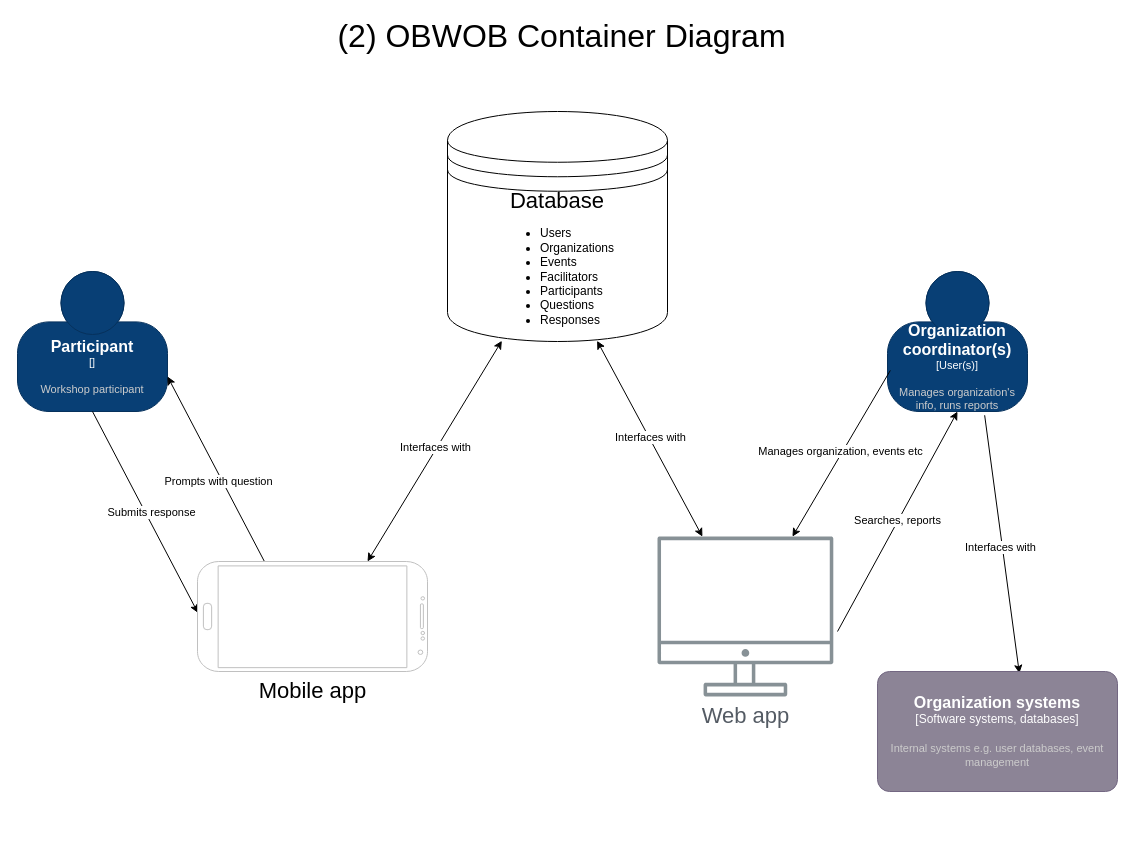
This is documentation/c4-diagrams/2_obwob_container_diagram.drawio from laurapg1214/impact-web-interface, a draw.io file, before an edit. Source tidied: cells renumbered, new cells numbered last; positions are measured from the earlier drawing's top-left corner, leaving out a move shared by most shapes. Both pictures are drawn from the tidied source at 100%, with x=0, y=0 at pixel (17, 21).
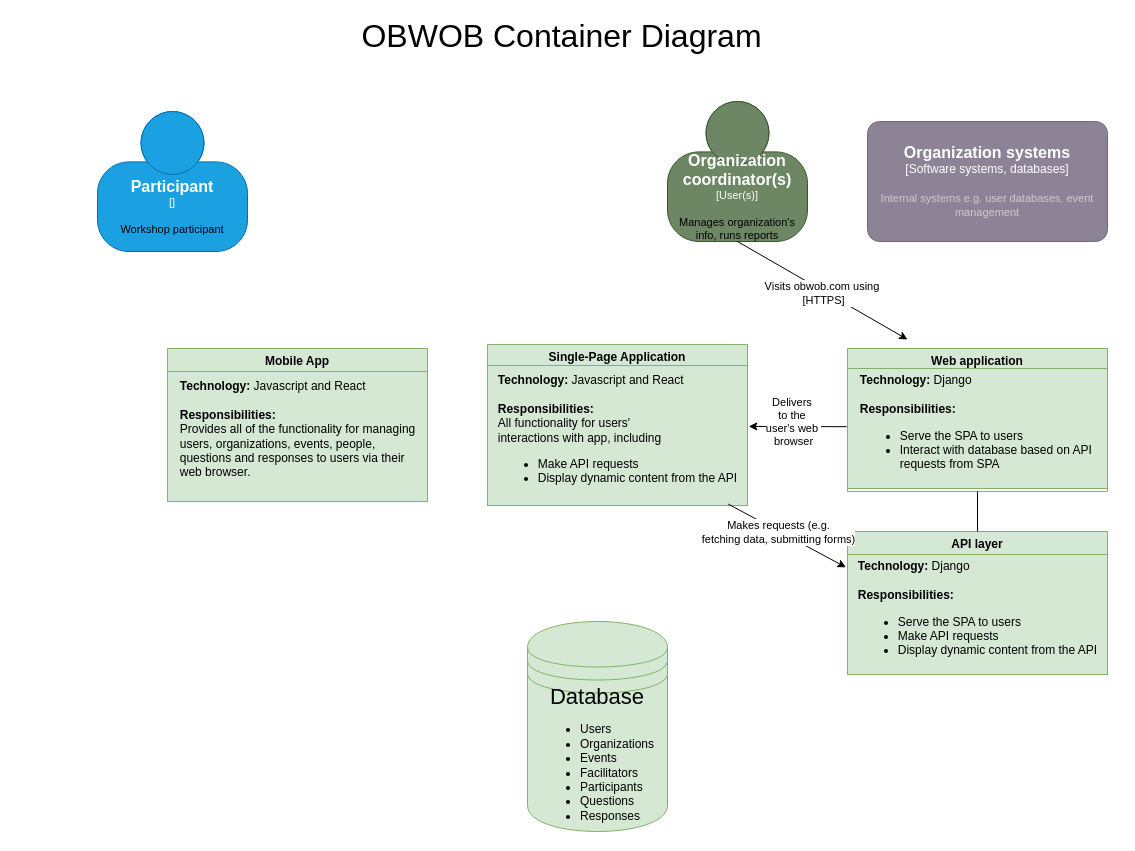
The same diagram, later.

What changed in the source:
```diff
@@
-    <object id="2" label="&lt;font style=&quot;font-size: 16px&quot;&gt;&lt;b&gt;%c4Name%&lt;/b&gt;&lt;/font&gt;&lt;div&gt;[%c4Type%]&lt;/div&gt;&lt;br&gt;&lt;div&gt;&lt;font style=&quot;font-size: 11px&quot;&gt;&lt;font color=&quot;#cccccc&quot;&gt;%c4Description%&lt;/font&gt;&lt;/div&gt;" c4Description="Workshop participant" c4Name="Participant" c4Type="" placeholders="1">
-      <mxCell style="html=1;fontSize=11;dashed=0;whiteSpace=wrap;fillColor=#083F75;strokeColor=#06315C;fontColor=#ffffff;shape=mxgraph.c4.person2;align=center;points=[[0.5,0,0],[1,0.5,0],[1,0.75,0],[0.75,1,0],[0.5,1,0],[0.25,1,0],[0,0.75,0],[0,0.5,0]];" parent="1" vertex="1">
-        <mxGeometry y="250" width="150" height="140" as="geometry" />
+    <object id="2" label="&lt;font style=&quot;font-size: 16px&quot;&gt;&lt;b&gt;%c4Name%&lt;/b&gt;&lt;/font&gt;&lt;div&gt;[%c4Type%]&lt;/div&gt;&lt;br&gt;&lt;div&gt;&lt;font style=&quot;font-size: 11px&quot;&gt;&lt;font color=&quot;#000000&quot;&gt;%c4Description%&lt;/font&gt;&lt;/div&gt;" c4Description="Workshop participant" c4Name="Participant" c4Type="" placeholders="1">
+      <mxCell style="html=1;fontSize=11;dashed=0;whiteSpace=wrap;shape=mxgraph.c4.person2;align=center;points=[[0.5,0,0],[1,0.5,0],[1,0.75,0],[0.75,1,0],[0.5,1,0],[0.25,1,0],[0,0.75,0],[0,0.5,0]];fillColor=#1ba1e2;strokeColor=#006EAF;fontColor=#ffffff;" parent="1" vertex="1">
+        <mxGeometry x="80" y="90" width="150" height="140" as="geometry" />
       </mxCell>
     </object>
-    <object id="3" label="&lt;font style=&quot;font-size: 16px&quot;&gt;&lt;b&gt;%c4Name%&lt;/b&gt;&lt;/font&gt;&lt;div&gt;[%c4Type%]&lt;/div&gt;&lt;br&gt;&lt;div&gt;&lt;font style=&quot;font-size: 11px&quot;&gt;&lt;font color=&quot;#cccccc&quot;&gt;%c4Description%&lt;/font&gt;&lt;/div&gt;" c4Description="Manages organization's info, runs reports" c4Name="Organization coordinator(s)" c4Type="User(s)" placeholders="1">
-      <mxCell style="html=1;fontSize=11;dashed=0;whiteSpace=wrap;fillColor=#083F75;strokeColor=#06315C;fontColor=#ffffff;shape=mxgraph.c4.person2;align=center;points=[[0.5,0,0],[1,0.5,0],[1,0.75,0],[0.75,1,0],[0.5,1,0],[0.25,1,0],[0,0.75,0],[0,0.5,0]];" parent="1" vertex="1">
-        <mxGeometry x="870" y="250" width="140" height="140" as="geometry" />
+    <object id="3" label="&lt;font style=&quot;font-size: 16px&quot;&gt;&lt;b&gt;%c4Name%&lt;/b&gt;&lt;/font&gt;&lt;div&gt;[%c4Type%]&lt;/div&gt;&lt;br&gt;&lt;div&gt;&lt;font style=&quot;font-size: 11px&quot;&gt;&lt;font color=&quot;#000000&quot;&gt;%c4Description%&lt;/font&gt;&lt;/div&gt;" c4Description="Manages organization's info, runs reports" c4Name="Organization coordinator(s)" c4Type="User(s)" placeholders="1">
+      <mxCell style="html=1;fontSize=11;dashed=0;whiteSpace=wrap;fillColor=#6d8764;strokeColor=#3A5431;shape=mxgraph.c4.person2;align=center;points=[[0.5,0,0],[1,0.5,0],[1,0.75,0],[0.75,1,0],[0.5,1,0],[0.25,1,0],[0,0.75,0],[0,0.5,0]];fontColor=#ffffff;" parent="1" vertex="1">
+        <mxGeometry x="650" y="80" width="140" height="140" as="geometry" />
       </mxCell>
     </object>
+    <mxCell id="11" value="&lt;font style=&quot;font-size: 32px;&quot;&gt;OBWOB Container Diagram&lt;/font&gt;" style="text;html=1;align=center;verticalAlign=middle;whiteSpace=wrap;rounded=0;" parent="1" vertex="1">
+      <mxGeometry x="262" width="565" height="30" as="geometry" />
+    </mxCell>
-    <mxCell id="4" value="&lt;font style=&quot;font-size: 22px;&quot;&gt;Database&lt;/font&gt;&lt;div style=&quot;text-align: left;&quot;&gt;&lt;ul&gt;&lt;li&gt;Users&lt;/li&gt;&lt;li&gt;Organizations&lt;/li&gt;&lt;li&gt;&lt;font style=&quot;font-size: 12px;&quot;&gt;Events&lt;/font&gt;&lt;/li&gt;&lt;li&gt;Facilitators&lt;/li&gt;&lt;li&gt;Participants&lt;/li&gt;&lt;li&gt;Questions&lt;/li&gt;&lt;li&gt;Responses&lt;/li&gt;&lt;/ul&gt;&lt;/div&gt;" style="shape=datastore;whiteSpace=wrap;html=1;" parent="1" vertex="1">
-      <mxGeometry x="430" y="90" width="220" height="230" as="geometry" />
+    <mxCell id="4" value="&lt;font style=&quot;font-size: 22px;&quot;&gt;Database&lt;/font&gt;&lt;div style=&quot;text-align: left;&quot;&gt;&lt;ul&gt;&lt;li&gt;Users&lt;/li&gt;&lt;li&gt;Organizations&lt;/li&gt;&lt;li&gt;&lt;font style=&quot;font-size: 12px;&quot;&gt;Events&lt;/font&gt;&lt;/li&gt;&lt;li&gt;Facilitators&lt;/li&gt;&lt;li&gt;Participants&lt;/li&gt;&lt;li&gt;Questions&lt;/li&gt;&lt;li&gt;Responses&lt;/li&gt;&lt;/ul&gt;&lt;/div&gt;" style="shape=datastore;whiteSpace=wrap;html=1;fillColor=#d5e8d4;strokeColor=#82b366;" parent="1" vertex="1">
+      <mxGeometry x="510" y="600" width="140" height="210" as="geometry" />
     </mxCell>
-    <mxCell id="5" style="endArrow=classic;html=1;rounded=0;entryX=1;entryY=0.75;entryDx=0;entryDy=0;entryPerimeter=0;exitX=0.024;exitY=0.703;exitDx=0;exitDy=0;exitPerimeter=0;" parent="1" edge="1" source="12" target="2">
-      <mxGeometry relative="1" as="geometry" />
-    </mxCell>
-    <mxCell id="6" value="Prompts with question" style="edgeLabel;html=1;align=center;verticalAlign=middle;" parent="5" vertex="1">
-      <mxGeometry x="-0.09" y="4" relative="1" as="geometry" />
-    </mxCell>
-    <mxCell id="7" style="endArrow=classic;html=1;rounded=0;entryX=0.467;entryY=0.998;entryDx=0;entryDy=0;entryPerimeter=0;exitX=0.5;exitY=1;exitDx=0;exitDy=0;exitPerimeter=0;" parent="1" edge="1" source="2" target="12">
-      <mxGeometry relative="1" as="geometry" />
-    </mxCell>
-    <mxCell id="8" value="Submits response" style="edgeLabel;html=1;align=center;verticalAlign=middle;" parent="7" vertex="1">
-      <mxGeometry x="0.02" y="5" relative="1" as="geometry" />
-    </mxCell>
-    <mxCell id="9" style="endArrow=classic;startArrow=classic;html=1;rounded=0;entryX=0.247;entryY=0.997;entryDx=0;entryDy=0;entryPerimeter=0;" parent="1" edge="1" target="4">
-      <mxGeometry relative="1" as="geometry">
-        <mxPoint x="350" y="540" as="sourcePoint" />
-        <Array as="points">
-          <mxPoint x="350" y="540" />
-        </Array>
-      </mxGeometry>
-    </mxCell>
-    <mxCell id="10" value="Interfaces with" style="edgeLabel;html=1;align=center;verticalAlign=middle;" parent="9" vertex="1">
-      <mxGeometry x="0.03" y="2" relative="1" as="geometry" />
-    </mxCell>
-    <mxCell id="11" value="&lt;font style=&quot;font-size: 32px;&quot;&gt;(2) OBWOB Container Diagram&lt;/font&gt;" style="text;html=1;align=center;verticalAlign=middle;whiteSpace=wrap;rounded=0;" parent="1" vertex="1">
-      <mxGeometry x="262" width="565" height="30" as="geometry" />
-    </mxCell>
-    <mxCell id="12" value="&lt;font style=&quot;font-size: 22px;&quot;&gt;Mobile app&lt;/font&gt;" style="verticalLabelPosition=bottom;verticalAlign=top;html=1;shadow=0;dashed=0;strokeWidth=1;shape=mxgraph.android.phone2;strokeColor=#c0c0c0;direction=south;" parent="1" vertex="1">
-      <mxGeometry x="180" y="540" width="230" height="110" as="geometry" />
-    </mxCell>
-    <mxCell id="13" value="&lt;font style=&quot;font-size: 22px;&quot;&gt;Web app&lt;/font&gt;" style="sketch=0;outlineConnect=0;gradientColor=none;fontColor=#545B64;strokeColor=none;fillColor=#879196;dashed=0;verticalLabelPosition=bottom;verticalAlign=top;align=center;html=1;fontSize=12;fontStyle=0;shape=mxgraph.aws4.illustration_desktop;" parent="1" vertex="1">
-      <mxGeometry x="640" y="515" width="175.8" height="160" as="geometry" />
-    </mxCell>
-    <mxCell id="14" style="endArrow=classic;html=1;rounded=0;exitX=0.02;exitY=0.707;exitDx=0;exitDy=0;exitPerimeter=0;" parent="1" edge="1" source="3" target="13">
-      <mxGeometry relative="1" as="geometry" />
-    </mxCell>
-    <mxCell id="15" value="Manages organization, events etc" style="edgeLabel;html=1;align=center;verticalAlign=middle;" parent="14" vertex="1">
-      <mxGeometry x="-0.01" y="-2" relative="1" as="geometry" />
-    </mxCell>
-    <mxCell id="16" style="endArrow=classic;html=1;rounded=0;entryX=0.5;entryY=1;entryDx=0;entryDy=0;entryPerimeter=0;" parent="1" edge="1" target="3">
-      <mxGeometry relative="1" as="geometry">
-        <mxPoint x="820" y="610" as="sourcePoint" />
-      </mxGeometry>
-    </mxCell>
-    <mxCell id="17" value="Searches, reports" style="edgeLabel;html=1;align=center;verticalAlign=middle;" parent="16" vertex="1">
-      <mxGeometry x="0.01" y="1" relative="1" as="geometry" />
-    </mxCell>
-    <mxCell id="18" style="endArrow=classic;startArrow=classic;html=1;rounded=0;exitX=0.68;exitY=0.997;exitDx=0;exitDy=0;exitPerimeter=0;" parent="1" edge="1" source="4" target="13">
-      <mxGeometry relative="1" as="geometry" />
-    </mxCell>
-    <mxCell id="19" value="Interfaces with" style="edgeLabel;html=1;align=center;verticalAlign=middle;" parent="18" vertex="1">
-      <mxGeometry x="-0.01" y="1" relative="1" as="geometry" />
-    </mxCell>
-    <mxCell id="20" style="endArrow=classic;html=1;rounded=0;exitX=0.694;exitY=1.027;exitDx=0;exitDy=0;exitPerimeter=0;entryX=0.591;entryY=0.015;entryDx=0;entryDy=0;entryPerimeter=0;" parent="1" edge="1" source="3" target="22">
-      <mxGeometry relative="1" as="geometry" />
-    </mxCell>
-    <mxCell id="21" value="Interfaces with" style="edgeLabel;html=1;align=center;verticalAlign=middle;" parent="20" vertex="1">
-      <mxGeometry x="0.02" y="-2" relative="1" as="geometry" />
-    </mxCell>
+    <mxCell id="23" value="Web application" style="swimlane;startSize=23;fillColor=#d5e8d4;strokeColor=#82b366;" parent="1" vertex="1">
+      <mxGeometry x="830" y="327" width="260" height="143" as="geometry" />
+    </mxCell>
+    <mxCell id="24" value="&lt;div style=&quot;text-align: left;&quot;&gt;&lt;b style=&quot;background-color: initial;&quot;&gt;Technology: &lt;/b&gt;&lt;span style=&quot;background-color: initial;&quot;&gt;Django&amp;nbsp;&lt;/span&gt;&lt;br&gt;&lt;/div&gt;&lt;div style=&quot;text-align: left;&quot;&gt;&lt;b style=&quot;background-color: initial;&quot;&gt;&lt;br&gt;&lt;/b&gt;&lt;/div&gt;&lt;div style=&quot;text-align: left;&quot;&gt;&lt;b style=&quot;background-color: initial;&quot;&gt;Responsibilities:&lt;/b&gt;&lt;br&gt;&lt;/div&gt;&lt;div style=&quot;text-align: left;&quot;&gt;&lt;ul&gt;&lt;li&gt;Serve the SPA to users&lt;/li&gt;&lt;li&gt;Interact with database based on API&amp;nbsp;&lt;br&gt;requests from SPA&lt;/li&gt;&lt;/ul&gt;&lt;/div&gt;" style="text;html=1;align=center;verticalAlign=middle;points=[];strokeColor=#82b366;fillColor=#d5e8d4;" parent="23" vertex="1">
+      <mxGeometry y="20" width="260" height="120" as="geometry" />
+    </mxCell>
+    <mxCell id="25" value="Single-Page Application" style="swimlane;startSize=23;fillColor=#d5e8d4;strokeColor=#82b366;" parent="1" vertex="1">
+      <mxGeometry x="470" y="323" width="260" height="151" as="geometry" />
+    </mxCell>
+    <mxCell id="26" value="&lt;div style=&quot;text-align: left;&quot;&gt;&lt;b style=&quot;background-color: initial;&quot;&gt;Technology: &lt;/b&gt;&lt;span style=&quot;background-color: initial;&quot;&gt;Javascript and React&lt;/span&gt;&lt;br&gt;&lt;/div&gt;&lt;div style=&quot;text-align: left;&quot;&gt;&lt;b style=&quot;background-color: initial;&quot;&gt;&lt;br&gt;&lt;/b&gt;&lt;/div&gt;&lt;div style=&quot;text-align: left;&quot;&gt;&lt;b style=&quot;background-color: initial;&quot;&gt;Responsibilities:&lt;/b&gt;&lt;br&gt;&lt;/div&gt;&lt;div style=&quot;text-align: left;&quot;&gt;&lt;span style=&quot;background-color: initial;&quot;&gt;All functionality for users'&amp;nbsp;&lt;/span&gt;&lt;/div&gt;&lt;div style=&quot;text-align: left;&quot;&gt;&lt;span style=&quot;background-color: initial;&quot;&gt;interactions&amp;nbsp;&lt;/span&gt;&lt;span style=&quot;background-color: initial;&quot;&gt;with app, including&lt;/span&gt;&lt;/div&gt;&lt;div style=&quot;text-align: left;&quot;&gt;&lt;ul&gt;&lt;li&gt;Make API requests&lt;/li&gt;&lt;li&gt;Display dynamic content from the API&lt;/li&gt;&lt;/ul&gt;&lt;/div&gt;" style="text;html=1;align=center;verticalAlign=middle;points=[];strokeColor=#82b366;fillColor=#d5e8d4;" parent="25" vertex="1">
+      <mxGeometry y="21" width="260" height="140" as="geometry" />
+    </mxCell>
+    <mxCell id="27" style="endArrow=classic;html=1;rounded=0;exitX=0.5;exitY=1;exitDx=0;exitDy=0;exitPerimeter=0;" parent="1" edge="1" source="3">
+      <mxGeometry relative="1" as="geometry">
+        <mxPoint x="890" y="318" as="targetPoint" />
+      </mxGeometry>
+    </mxCell>
+    <mxCell id="28" value="Visits obwob.com using&amp;nbsp;&lt;div&gt;[HTTPS]&lt;/div&gt;" style="edgeLabel;html=1;align=center;verticalAlign=middle;" parent="27" vertex="1">
+      <mxGeometry x="0.02" y="-2" relative="1" as="geometry" />
+    </mxCell>
+    <mxCell id="29" style="endArrow=classic;html=1;rounded=0;exitX=-0.003;exitY=0.485;exitDx=0;exitDy=0;exitPerimeter=0;entryX=1.005;entryY=0.435;entryDx=0;entryDy=0;entryPerimeter=0;" parent="1" edge="1" source="24" target="26">
+      <mxGeometry relative="1" as="geometry" />
+    </mxCell>
+    <mxCell id="30" value="Delivers&amp;nbsp;&lt;div&gt;to the&amp;nbsp;&lt;/div&gt;&lt;div&gt;user's web&amp;nbsp;&lt;/div&gt;&lt;div&gt;browser&lt;div&gt;&lt;br&gt;&lt;/div&gt;&lt;/div&gt;" style="edgeLabel;html=1;align=center;verticalAlign=middle;" parent="29" vertex="1">
+      <mxGeometry x="0.1" y="1" relative="1" as="geometry" />
+    </mxCell>
+    <mxCell id="31" value="Mobile App" style="swimlane;startSize=23;fillColor=#d5e8d4;strokeColor=#82b366;" parent="1" vertex="1">
+      <mxGeometry x="150" y="327" width="260" height="153" as="geometry" />
+    </mxCell>
+    <mxCell id="32" value="&lt;div style=&quot;text-align: left;&quot;&gt;&lt;b style=&quot;background-color: initial;&quot;&gt;Technology: &lt;/b&gt;&lt;span style=&quot;background-color: initial;&quot;&gt;Javascript and React&lt;/span&gt;&lt;br&gt;&lt;/div&gt;&lt;div style=&quot;text-align: left;&quot;&gt;&lt;b&gt;&lt;br&gt;&lt;/b&gt;&lt;/div&gt;&lt;div style=&quot;text-align: left;&quot;&gt;&lt;b&gt;Responsibilities:&lt;/b&gt;&lt;/div&gt;&lt;div style=&quot;text-align: left;&quot;&gt;Provides all of the functionality for managing&lt;/div&gt;&lt;div style=&quot;text-align: left;&quot;&gt;users, organizations, events, people,&lt;/div&gt;&lt;div style=&quot;text-align: left;&quot;&gt;questions&amp;nbsp;&lt;span style=&quot;background-color: initial;&quot;&gt;and responses to users via their&amp;nbsp;&lt;/span&gt;&lt;/div&gt;&lt;div style=&quot;text-align: left;&quot;&gt;&lt;span style=&quot;background-color: initial;&quot;&gt;web browser.&lt;/span&gt;&lt;/div&gt;&lt;div style=&quot;text-align: left;&quot;&gt;&lt;span style=&quot;background-color: initial;&quot;&gt;&lt;br&gt;&lt;/span&gt;&lt;/div&gt;" style="text;html=1;align=center;verticalAlign=middle;strokeColor=#82b366;fillColor=#d5e8d4;" parent="31" vertex="1">
+      <mxGeometry y="23" width="260" height="130" as="geometry" />
+    </mxCell>
+    <mxCell id="33" value="API layer" style="swimlane;startSize=23;fillColor=#d5e8d4;strokeColor=#82b366;" parent="1" vertex="1">
+      <mxGeometry x="830" y="510" width="260" height="143" as="geometry" />
+    </mxCell>
+    <mxCell id="34" value="&lt;div style=&quot;text-align: left;&quot;&gt;&lt;b style=&quot;background-color: initial;&quot;&gt;Technology: &lt;/b&gt;&lt;span style=&quot;background-color: initial;&quot;&gt;Django&amp;nbsp;&lt;/span&gt;&lt;br&gt;&lt;/div&gt;&lt;div style=&quot;text-align: left;&quot;&gt;&lt;b style=&quot;background-color: initial;&quot;&gt;&lt;br&gt;&lt;/b&gt;&lt;/div&gt;&lt;div style=&quot;text-align: left;&quot;&gt;&lt;b style=&quot;background-color: initial;&quot;&gt;Responsibilities:&lt;/b&gt;&lt;br&gt;&lt;/div&gt;&lt;div style=&quot;text-align: left;&quot;&gt;&lt;ul&gt;&lt;li&gt;Serve the SPA to users&lt;/li&gt;&lt;li&gt;Make API requests&lt;/li&gt;&lt;li&gt;Display dynamic content from the API&lt;/li&gt;&lt;/ul&gt;&lt;/div&gt;" style="text;html=1;align=center;verticalAlign=middle;points=[];strokeColor=#82b366;fillColor=#d5e8d4;" parent="33" vertex="1">
+      <mxGeometry y="23" width="260" height="120" as="geometry" />
+    </mxCell>
     <object id="22" label="&lt;font style=&quot;font-size: 16px&quot;&gt;&lt;b&gt;%c4Name%&lt;/b&gt;&lt;/font&gt;&lt;div&gt;[%c4Type%]&lt;/div&gt;&lt;br&gt;&lt;div&gt;&lt;font style=&quot;font-size: 11px&quot;&gt;&lt;font color=&quot;#cccccc&quot;&gt;%c4Description%&lt;/font&gt;&lt;/div&gt;" c4Description="Internal systems e.g. user databases, event management" c4Name="Organization systems" c4Type="Software systems, databases" placeholders="1">
       <mxCell style="rounded=1;whiteSpace=wrap;html=1;labelBackgroundColor=none;fillColor=#8C8496;fontColor=#ffffff;align=center;arcSize=10;strokeColor=#736782;points=[[0.25,0,0],[0.5,0,0],[0.75,0,0],[1,0.25,0],[1,0.5,0],[1,0.75,0],[0.75,1,0],[0.5,1,0],[0.25,1,0],[0,0.75,0],[0,0.5,0],[0,0.25,0]];" parent="1" vertex="1">
-        <mxGeometry x="860" y="650" width="240" height="120" as="geometry" />
+        <mxGeometry x="850" y="100" width="240" height="120" as="geometry" />
       </mxCell>
     </object>
+    <mxCell id="35" style="endArrow=none;html=1;rounded=0;entryX=0.5;entryY=1;entryDx=0;entryDy=0;" parent="1" edge="1" source="33" target="23">
+      <mxGeometry relative="1" as="geometry" />
+    </mxCell>
+    <mxCell id="36" style="endArrow=classic;html=1;rounded=0;exitX=0.926;exitY=0.99;exitDx=0;exitDy=0;exitPerimeter=0;entryX=-0.006;entryY=0.107;entryDx=0;entryDy=0;entryPerimeter=0;" parent="1" edge="1" source="26" target="34">
+      <mxGeometry relative="1" as="geometry" />
+    </mxCell>
+    <mxCell id="37" value="Makes requests (e.g.&lt;div&gt;fetching data, submitting forms)&lt;/div&gt;" style="edgeLabel;html=1;align=center;verticalAlign=middle;" parent="36" vertex="1">
+      <mxGeometry x="0.05" y="-2" relative="1" as="geometry">
+        <mxPoint x="-11" y="-7" as="offset" />
+      </mxGeometry>
+    </mxCell>
```
